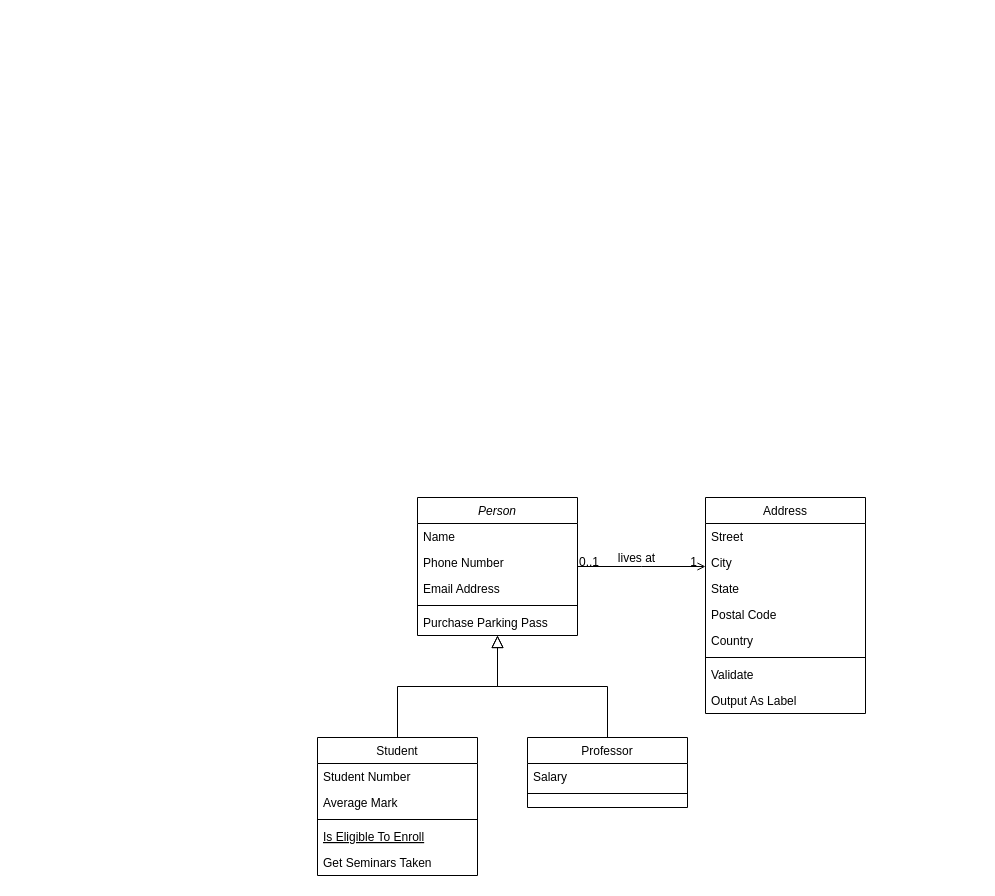
Before: Diagrama sin título.drawio in nosrvin/beymar.com, a draw.io diagram. Source tidied: cells renumbered, new cells numbered last; positions are measured from the earlier drawing's top-left corner, leaving out a move shared by most shapes. Both pictures are drawn from the tidied source at 100%, with x=0, y=0 at pixel (317, 497).
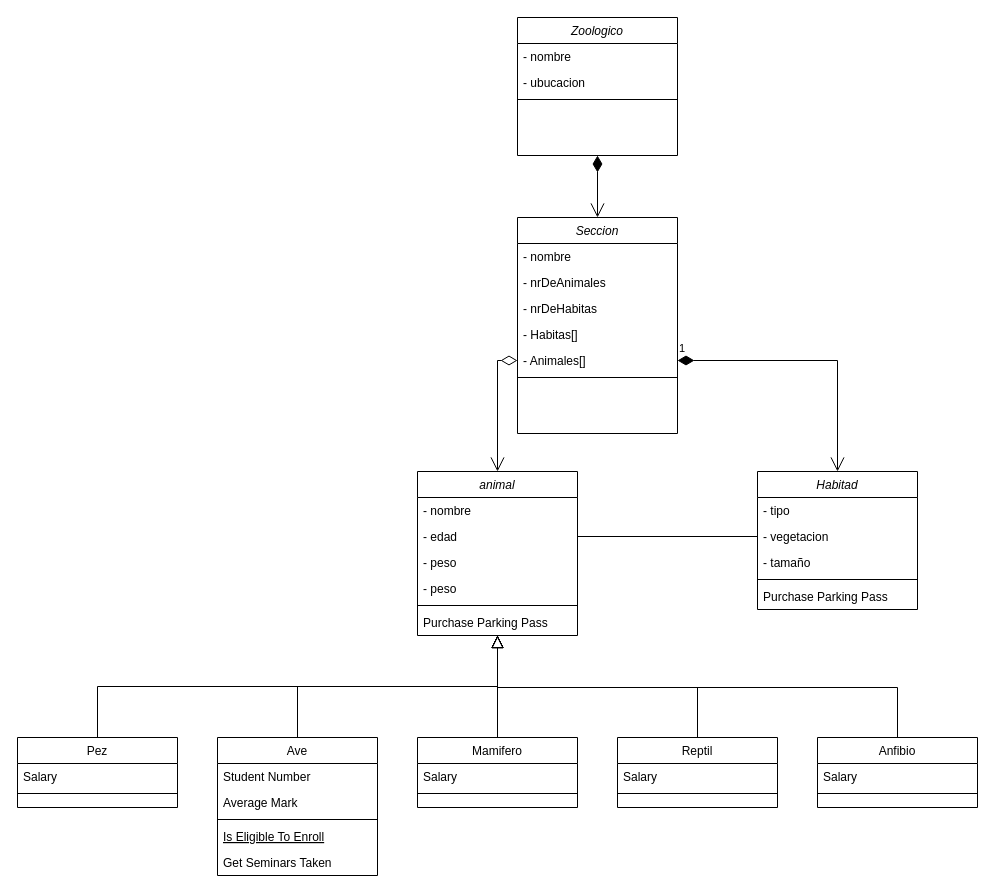
Above is the later version.

What changed in the source:
```diff
@@
-    <mxCell id="2" value="Person" style="swimlane;fontStyle=2;align=center;verticalAlign=top;horizontal=1;startSize=26;rounded=0;shadow=0;strokeWidth=1;" parent="1" vertex="1">
-      <mxGeometry x="100" width="160" height="138" as="geometry" />
+    <mxCell id="2" value="animal" style="swimlane;fontStyle=2;align=center;verticalAlign=top;horizontal=1;startSize=26;rounded=0;shadow=0;strokeWidth=1;" parent="1" vertex="1">
+      <mxGeometry x="100" y="-26" width="160" height="164" as="geometry" />
     </mxCell>
-    <mxCell id="3" value="Name" style="text;align=left;verticalAlign=top;spacingLeft=4;spacingRight=4;overflow=hidden;" parent="2" vertex="1">
+    <mxCell id="3" value="- nombre" style="text;align=left;verticalAlign=top;spacingLeft=4;spacingRight=4;overflow=hidden;" parent="2" vertex="1">
       <mxGeometry y="26" width="160" height="26" as="geometry" />
     </mxCell>
-    <mxCell id="4" value="Phone Number" style="text;align=left;verticalAlign=top;spacingLeft=4;spacingRight=4;overflow=hidden;points=[[0,0.5],[1,0.5]];portConstraint=eastwest;rounded=0;shadow=0;html=0;" parent="2" vertex="1">
+    <mxCell id="4" value="- edad" style="text;align=left;verticalAlign=top;spacingLeft=4;spacingRight=4;overflow=hidden;points=[[0,0.5],[1,0.5]];portConstraint=eastwest;rounded=0;shadow=0;html=0;" parent="2" vertex="1">
       <mxGeometry y="52" width="160" height="26" as="geometry" />
     </mxCell>
-    <mxCell id="5" value="Email Address" style="text;align=left;verticalAlign=top;spacingLeft=4;spacingRight=4;overflow=hidden;rounded=0;shadow=0;html=0;" parent="2" vertex="1">
+    <mxCell id="5" value="- peso" style="text;align=left;verticalAlign=top;spacingLeft=4;spacingRight=4;overflow=hidden;rounded=0;shadow=0;html=0;" parent="2" vertex="1">
       <mxGeometry y="78" width="160" height="26" as="geometry" />
     </mxCell>
+    <mxCell id="32" value="- peso" style="text;align=left;verticalAlign=top;spacingLeft=4;spacingRight=4;overflow=hidden;rounded=0;shadow=0;html=0;" parent="2" vertex="1">
+      <mxGeometry y="104" width="160" height="26" as="geometry" />
+    </mxCell>
     <mxCell id="6" style="line;html=1;strokeWidth=1;align=left;verticalAlign=middle;spacingTop=-1;spacingLeft=3;spacingRight=3;labelPosition=right;" parent="2" vertex="1">
-      <mxGeometry y="104" width="160" height="8" as="geometry" />
+      <mxGeometry y="130" width="160" height="8" as="geometry" />
     </mxCell>
     <mxCell id="7" value="Purchase Parking Pass" style="text;align=left;verticalAlign=top;spacingLeft=4;spacingRight=4;overflow=hidden;" parent="2" vertex="1">
-      <mxGeometry y="112" width="160" height="26" as="geometry" />
+      <mxGeometry y="138" width="160" height="26" as="geometry" />
     </mxCell>
-    <mxCell id="8" value="Student" style="swimlane;fontStyle=0;align=center;verticalAlign=top;horizontal=1;startSize=26;rounded=0;shadow=0;strokeWidth=1;" parent="1" vertex="1">
-      <mxGeometry y="240" width="160" height="138" as="geometry" />
+    <mxCell id="8" value="Ave" style="swimlane;fontStyle=0;align=center;verticalAlign=top;horizontal=1;startSize=26;rounded=0;shadow=0;strokeWidth=1;" parent="1" vertex="1">
+      <mxGeometry x="-100" y="240" width="160" height="138" as="geometry" />
     </mxCell>
@@
-    <mxCell id="15" value="Professor" style="swimlane;fontStyle=0;align=center;verticalAlign=top;horizontal=1;startSize=26;rounded=0;shadow=0;strokeWidth=1;" parent="1" vertex="1">
-      <mxGeometry x="210" y="240" width="160" height="70" as="geometry" />
+    <mxCell id="15" value="Mamifero" style="swimlane;fontStyle=0;align=center;verticalAlign=top;horizontal=1;startSize=26;rounded=0;shadow=0;strokeWidth=1;" parent="1" vertex="1">
+      <mxGeometry x="100" y="240" width="160" height="70" as="geometry" />
     </mxCell>
@@
-    <mxCell id="19" value="Address" style="swimlane;fontStyle=0;align=center;verticalAlign=top;horizontal=1;startSize=26;rounded=0;shadow=0;strokeWidth=1;" parent="1" vertex="1">
-      <mxGeometry x="388" width="160" height="216" as="geometry" />
-    </mxCell>
-    <mxCell id="20" value="Street" style="text;align=left;verticalAlign=top;spacingLeft=4;spacingRight=4;overflow=hidden;" parent="19" vertex="1">
-      <mxGeometry y="26" width="160" height="26" as="geometry" />
-    </mxCell>
-    <mxCell id="21" value="City" style="text;align=left;verticalAlign=top;spacingLeft=4;spacingRight=4;overflow=hidden;rounded=0;shadow=0;html=0;" parent="19" vertex="1">
-      <mxGeometry y="52" width="160" height="26" as="geometry" />
-    </mxCell>
-    <mxCell id="22" value="State" style="text;align=left;verticalAlign=top;spacingLeft=4;spacingRight=4;overflow=hidden;rounded=0;shadow=0;html=0;" parent="19" vertex="1">
-      <mxGeometry y="78" width="160" height="26" as="geometry" />
-    </mxCell>
-    <mxCell id="23" value="Postal Code" style="text;align=left;verticalAlign=top;spacingLeft=4;spacingRight=4;overflow=hidden;rounded=0;shadow=0;html=0;" parent="19" vertex="1">
-      <mxGeometry y="104" width="160" height="26" as="geometry" />
-    </mxCell>
-    <mxCell id="24" value="Country" style="text;align=left;verticalAlign=top;spacingLeft=4;spacingRight=4;overflow=hidden;rounded=0;shadow=0;html=0;" parent="19" vertex="1">
-      <mxGeometry y="130" width="160" height="26" as="geometry" />
-    </mxCell>
+    <mxCell id="33" value="Reptil" style="swimlane;fontStyle=0;align=center;verticalAlign=top;horizontal=1;startSize=26;rounded=0;shadow=0;strokeWidth=1;" parent="1" vertex="1">
+      <mxGeometry x="300" y="240" width="160" height="70" as="geometry" />
+    </mxCell>
+    <mxCell id="34" value="Salary" style="text;align=left;verticalAlign=top;spacingLeft=4;spacingRight=4;overflow=hidden;" parent="33" vertex="1">
+      <mxGeometry y="26" width="160" height="26" as="geometry" />
+    </mxCell>
+    <mxCell id="35" style="line;html=1;strokeWidth=1;align=left;verticalAlign=middle;spacingTop=-1;spacingLeft=3;spacingRight=3;labelPosition=right;" parent="33" vertex="1">
+      <mxGeometry y="52" width="160" height="8" as="geometry" />
+    </mxCell>
+    <mxCell id="36" value="Anfibio" style="swimlane;fontStyle=0;align=center;verticalAlign=top;horizontal=1;startSize=26;rounded=0;shadow=0;strokeWidth=1;" parent="1" vertex="1">
+      <mxGeometry x="500" y="240" width="160" height="70" as="geometry" />
+    </mxCell>
+    <mxCell id="37" value="Salary" style="text;align=left;verticalAlign=top;spacingLeft=4;spacingRight=4;overflow=hidden;" parent="36" vertex="1">
+      <mxGeometry y="26" width="160" height="26" as="geometry" />
+    </mxCell>
+    <mxCell id="38" style="line;html=1;strokeWidth=1;align=left;verticalAlign=middle;spacingTop=-1;spacingLeft=3;spacingRight=3;labelPosition=right;" parent="36" vertex="1">
+      <mxGeometry y="52" width="160" height="8" as="geometry" />
+    </mxCell>
+    <mxCell id="39" value="Pez" style="swimlane;fontStyle=0;align=center;verticalAlign=top;horizontal=1;startSize=26;rounded=0;shadow=0;strokeWidth=1;" parent="1" vertex="1">
+      <mxGeometry x="-300" y="240" width="160" height="70" as="geometry" />
+    </mxCell>
+    <mxCell id="40" value="Salary" style="text;align=left;verticalAlign=top;spacingLeft=4;spacingRight=4;overflow=hidden;" parent="39" vertex="1">
+      <mxGeometry y="26" width="160" height="26" as="geometry" />
+    </mxCell>
+    <mxCell id="41" style="line;html=1;strokeWidth=1;align=left;verticalAlign=middle;spacingTop=-1;spacingLeft=3;spacingRight=3;labelPosition=right;" parent="39" vertex="1">
+      <mxGeometry y="52" width="160" height="8" as="geometry" />
+    </mxCell>
+    <mxCell id="42" style="endArrow=block;endSize=10;endFill=0;shadow=0;strokeWidth=1;rounded=0;curved=0;edgeStyle=elbowEdgeStyle;elbow=vertical;exitX=0.5;exitY=0;exitDx=0;exitDy=0;" parent="1" edge="1" source="33">
+      <mxGeometry relative="1" as="geometry">
+        <mxPoint x="180" y="138" as="targetPoint" />
+        <Array as="points">
+          <mxPoint x="330" y="190" />
+        </Array>
+      </mxGeometry>
+    </mxCell>
+    <mxCell id="43" style="endArrow=block;endSize=10;endFill=0;shadow=0;strokeWidth=1;rounded=0;curved=0;edgeStyle=elbowEdgeStyle;elbow=vertical;exitX=0.5;exitY=0;exitDx=0;exitDy=0;" parent="1" edge="1" source="39">
+      <mxGeometry relative="1" as="geometry">
+        <mxPoint x="180" y="138" as="targetPoint" />
+      </mxGeometry>
+    </mxCell>
+    <mxCell id="44" style="endArrow=block;endSize=10;endFill=0;shadow=0;strokeWidth=1;rounded=0;curved=0;edgeStyle=elbowEdgeStyle;elbow=vertical;exitX=0.5;exitY=0;exitDx=0;exitDy=0;" parent="1" edge="1" source="36">
+      <mxGeometry relative="1" as="geometry">
+        <mxPoint x="180" y="138" as="targetPoint" />
+        <Array as="points">
+          <mxPoint x="330" y="190" />
+        </Array>
+      </mxGeometry>
+    </mxCell>
+    <mxCell id="45" value="Habitad" style="swimlane;fontStyle=2;align=center;verticalAlign=top;horizontal=1;startSize=26;rounded=0;shadow=0;strokeWidth=1;" parent="1" vertex="1">
+      <mxGeometry x="440" y="-26" width="160" height="138" as="geometry" />
+    </mxCell>
+    <mxCell id="46" value="- tipo" style="text;align=left;verticalAlign=top;spacingLeft=4;spacingRight=4;overflow=hidden;rounded=0;shadow=0;html=0;" parent="45" vertex="1">
+      <mxGeometry y="26" width="160" height="26" as="geometry" />
+    </mxCell>
+    <mxCell id="47" value="- vegetacion" style="text;align=left;verticalAlign=top;spacingLeft=4;spacingRight=4;overflow=hidden;points=[[0,0.5],[1,0.5]];portConstraint=eastwest;rounded=0;shadow=0;html=0;" parent="45" vertex="1">
+      <mxGeometry y="52" width="160" height="26" as="geometry" />
+    </mxCell>
+    <mxCell id="48" value="- tamaño" style="text;align=left;verticalAlign=top;spacingLeft=4;spacingRight=4;overflow=hidden;rounded=0;shadow=0;html=0;" parent="45" vertex="1">
+      <mxGeometry y="78" width="160" height="26" as="geometry" />
+    </mxCell>
+    <mxCell id="49" style="line;html=1;strokeWidth=1;align=left;verticalAlign=middle;spacingTop=-1;spacingLeft=3;spacingRight=3;labelPosition=right;" parent="45" vertex="1">
+      <mxGeometry y="104" width="160" height="8" as="geometry" />
+    </mxCell>
+    <mxCell id="50" value="Purchase Parking Pass" style="text;align=left;verticalAlign=top;spacingLeft=4;spacingRight=4;overflow=hidden;" parent="45" vertex="1">
+      <mxGeometry y="112" width="160" height="26" as="geometry" />
+    </mxCell>
+    <mxCell id="51" style="endArrow=none;html=1;edgeStyle=orthogonalEdgeStyle;rounded=0;entryX=1;entryY=0.5;entryDx=0;entryDy=0;exitX=0;exitY=0.5;exitDx=0;exitDy=0;" parent="1" edge="1" source="47" target="4">
+      <mxGeometry relative="1" as="geometry" />
+    </mxCell>
+    <mxCell id="52" value="Seccion" style="swimlane;fontStyle=2;align=center;verticalAlign=top;horizontal=1;startSize=26;rounded=0;shadow=0;strokeWidth=1;" parent="1" vertex="1">
+      <mxGeometry x="200" y="-280" width="160" height="216" as="geometry" />
+    </mxCell>
+    <mxCell id="53" value="- nombre" style="text;align=left;verticalAlign=top;spacingLeft=4;spacingRight=4;overflow=hidden;rounded=0;shadow=0;html=0;" parent="52" vertex="1">
+      <mxGeometry y="26" width="160" height="26" as="geometry" />
+    </mxCell>
+    <mxCell id="54" value="- nrDeAnimales" style="text;align=left;verticalAlign=top;spacingLeft=4;spacingRight=4;overflow=hidden;rounded=0;shadow=0;html=0;" parent="52" vertex="1">
+      <mxGeometry y="52" width="160" height="26" as="geometry" />
+    </mxCell>
+    <mxCell id="55" value="- nrDeHabitas" style="text;align=left;verticalAlign=top;spacingLeft=4;spacingRight=4;overflow=hidden;rounded=0;shadow=0;html=0;" parent="52" vertex="1">
+      <mxGeometry y="78" width="160" height="26" as="geometry" />
+    </mxCell>
+    <mxCell id="56" value="- Habitas[]" style="text;align=left;verticalAlign=top;spacingLeft=4;spacingRight=4;overflow=hidden;rounded=0;shadow=0;html=0;" parent="52" vertex="1">
+      <mxGeometry y="104" width="160" height="26" as="geometry" />
+    </mxCell>
+    <mxCell id="57" value="- Animales[]" style="text;align=left;verticalAlign=top;spacingLeft=4;spacingRight=4;overflow=hidden;points=[[0,0.5],[1,0.5]];portConstraint=eastwest;rounded=0;shadow=0;html=0;" parent="52" vertex="1">
+      <mxGeometry y="130" width="160" height="26" as="geometry" />
+    </mxCell>
-    <mxCell id="25" style="line;html=1;strokeWidth=1;align=left;verticalAlign=middle;spacingTop=-1;spacingLeft=3;spacingRight=3;labelPosition=right;" parent="19" vertex="1">
+    <mxCell id="25" style="line;html=1;strokeWidth=1;align=left;verticalAlign=middle;spacingTop=-1;spacingLeft=3;spacingRight=3;labelPosition=right;" parent="52" vertex="1">
       <mxGeometry y="156" width="160" height="8" as="geometry" />
     </mxCell>
-    <mxCell id="26" value="Validate" style="text;align=left;verticalAlign=top;spacingLeft=4;spacingRight=4;overflow=hidden;" parent="19" vertex="1">
-      <mxGeometry y="164" width="160" height="26" as="geometry" />
-    </mxCell>
-    <mxCell id="27" value="Output As Label" style="text;align=left;verticalAlign=top;spacingLeft=4;spacingRight=4;overflow=hidden;" parent="19" vertex="1">
-      <mxGeometry y="190" width="160" height="26" as="geometry" />
-    </mxCell>
-    <mxCell id="28" style="endArrow=open;shadow=0;strokeWidth=1;rounded=0;curved=0;endFill=1;edgeStyle=elbowEdgeStyle;elbow=vertical;" parent="1" edge="1" source="2" target="19">
-      <mxGeometry x="0.5" y="41" relative="1" as="geometry">
-        <mxPoint x="-40" y="32" as="offset" />
-      </mxGeometry>
-    </mxCell>
-    <mxCell id="29" value="0..1" style="align=left;verticalAlign=bottom;labelBackgroundColor=none;fontSize=12;" parent="28" vertex="1">
-      <mxGeometry x="-1" relative="1" as="geometry">
-        <mxPoint y="4" as="offset" />
-      </mxGeometry>
-    </mxCell>
-    <mxCell id="30" value="1" style="align=right;verticalAlign=bottom;labelBackgroundColor=none;fontSize=12;" parent="28" vertex="1">
-      <mxGeometry x="1" relative="1" as="geometry">
-        <mxPoint x="-7" y="4" as="offset" />
-      </mxGeometry>
+    <mxCell id="30" value="1" style="endArrow=open;html=1;endSize=12;startArrow=diamondThin;startSize=14;startFill=1;edgeStyle=orthogonalEdgeStyle;align=left;verticalAlign=bottom;rounded=0;entryX=0.5;entryY=0;entryDx=0;entryDy=0;exitX=1;exitY=0.5;exitDx=0;exitDy=0;" parent="1" edge="1" source="57" target="45">
+      <mxGeometry x="-1" y="3" relative="1" as="geometry" />
     </mxCell>
-    <mxCell id="31" value="lives at" style="text;html=1;align=center;verticalAlign=middle;labelBackgroundColor=none;rounded=0;shadow=0;strokeWidth=1;fontSize=12;" parent="28" vertex="1">
-      <mxGeometry x="0.5" y="49" relative="1" as="geometry">
-        <mxPoint x="-38" y="40" as="offset" />
-      </mxGeometry>
-    </mxCell>
+    <mxCell id="58" value="Zoologico" style="swimlane;fontStyle=2;align=center;verticalAlign=top;horizontal=1;startSize=26;rounded=0;shadow=0;strokeWidth=1;" parent="1" vertex="1">
+      <mxGeometry x="200" y="-480" width="160" height="138" as="geometry" />
+    </mxCell>
+    <mxCell id="59" value="- nombre" style="text;align=left;verticalAlign=top;spacingLeft=4;spacingRight=4;overflow=hidden;rounded=0;shadow=0;html=0;" parent="58" vertex="1">
+      <mxGeometry y="26" width="160" height="26" as="geometry" />
+    </mxCell>
+    <mxCell id="60" value="- ubucacion" style="text;align=left;verticalAlign=top;spacingLeft=4;spacingRight=4;overflow=hidden;rounded=0;shadow=0;html=0;" parent="58" vertex="1">
+      <mxGeometry y="52" width="160" height="26" as="geometry" />
+    </mxCell>
+    <mxCell id="61" style="line;html=1;strokeWidth=1;align=left;verticalAlign=middle;spacingTop=-1;spacingLeft=3;spacingRight=3;labelPosition=right;" parent="58" vertex="1">
+      <mxGeometry y="78" width="160" height="8" as="geometry" />
+    </mxCell>
+    <mxCell id="62" style="endArrow=open;html=1;endSize=12;startArrow=diamondThin;startSize=14;startFill=1;edgeStyle=orthogonalEdgeStyle;align=left;verticalAlign=bottom;rounded=0;entryX=0.5;entryY=0;entryDx=0;entryDy=0;exitX=0.5;exitY=1;exitDx=0;exitDy=0;" parent="1" edge="1" source="58" target="52">
+      <mxGeometry x="-1" y="3" relative="1" as="geometry" />
+    </mxCell>
+    <mxCell id="63" style="endArrow=open;html=1;endSize=12;startArrow=diamondThin;startSize=14;startFill=0;edgeStyle=orthogonalEdgeStyle;align=left;verticalAlign=bottom;rounded=0;entryX=0.5;entryY=0;entryDx=0;entryDy=0;exitX=0;exitY=0.5;exitDx=0;exitDy=0;" parent="1" edge="1" source="57" target="2">
+      <mxGeometry x="-1" y="3" relative="1" as="geometry" />
+    </mxCell>
```
